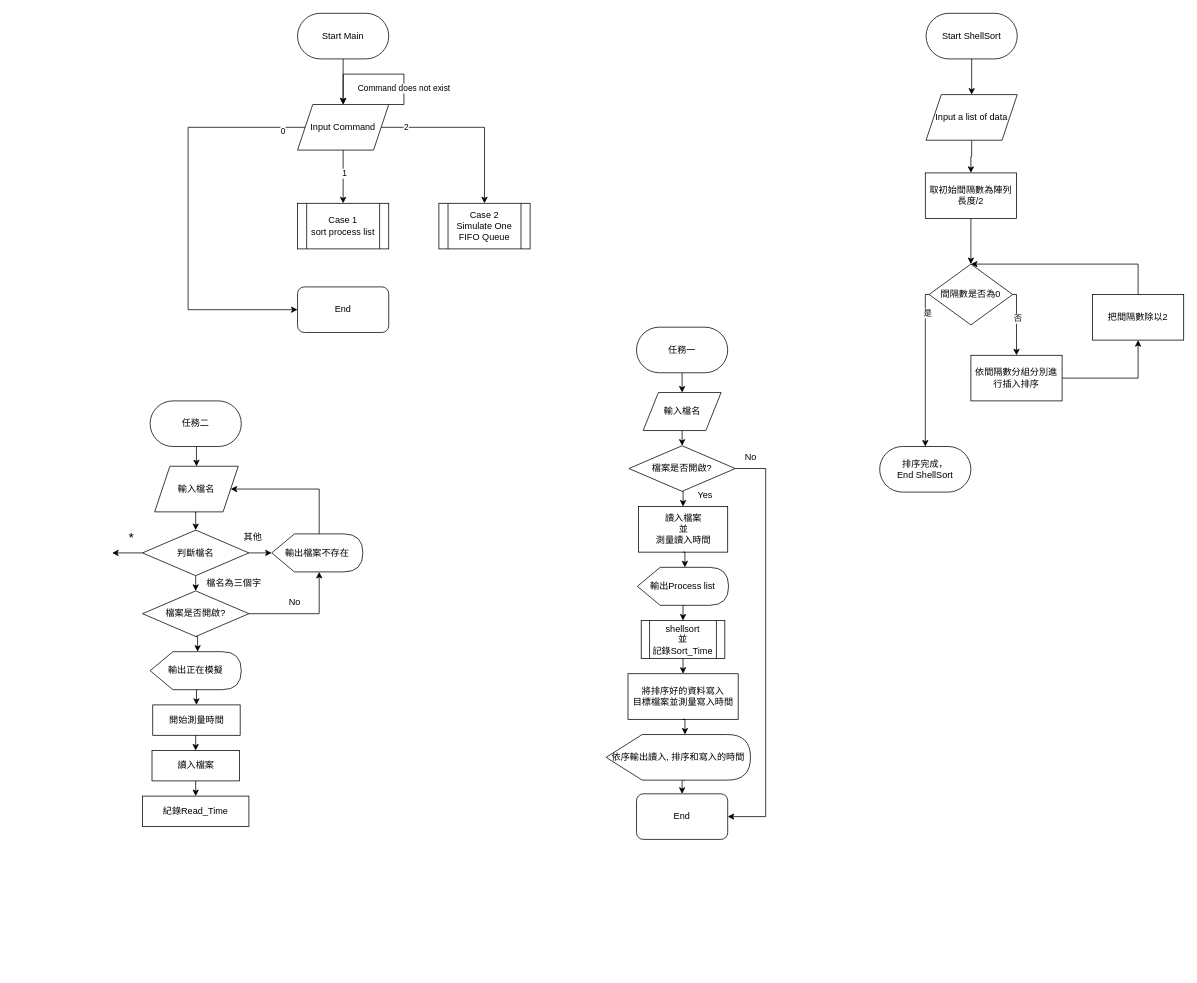
Above: DS1ex3_19_11127137_11127152/DS1ex3.drawio in ja-errorpro/CYCS_DS (draw.io), before the change. Source tidied: cells renumbered, new cells numbered last; positions are measured from the earlier drawing's top-left corner, leaving out a move shared by most shapes. Both pictures are drawn from the tidied source at 76%, with x=0, y=0 at pixel (112, 13).
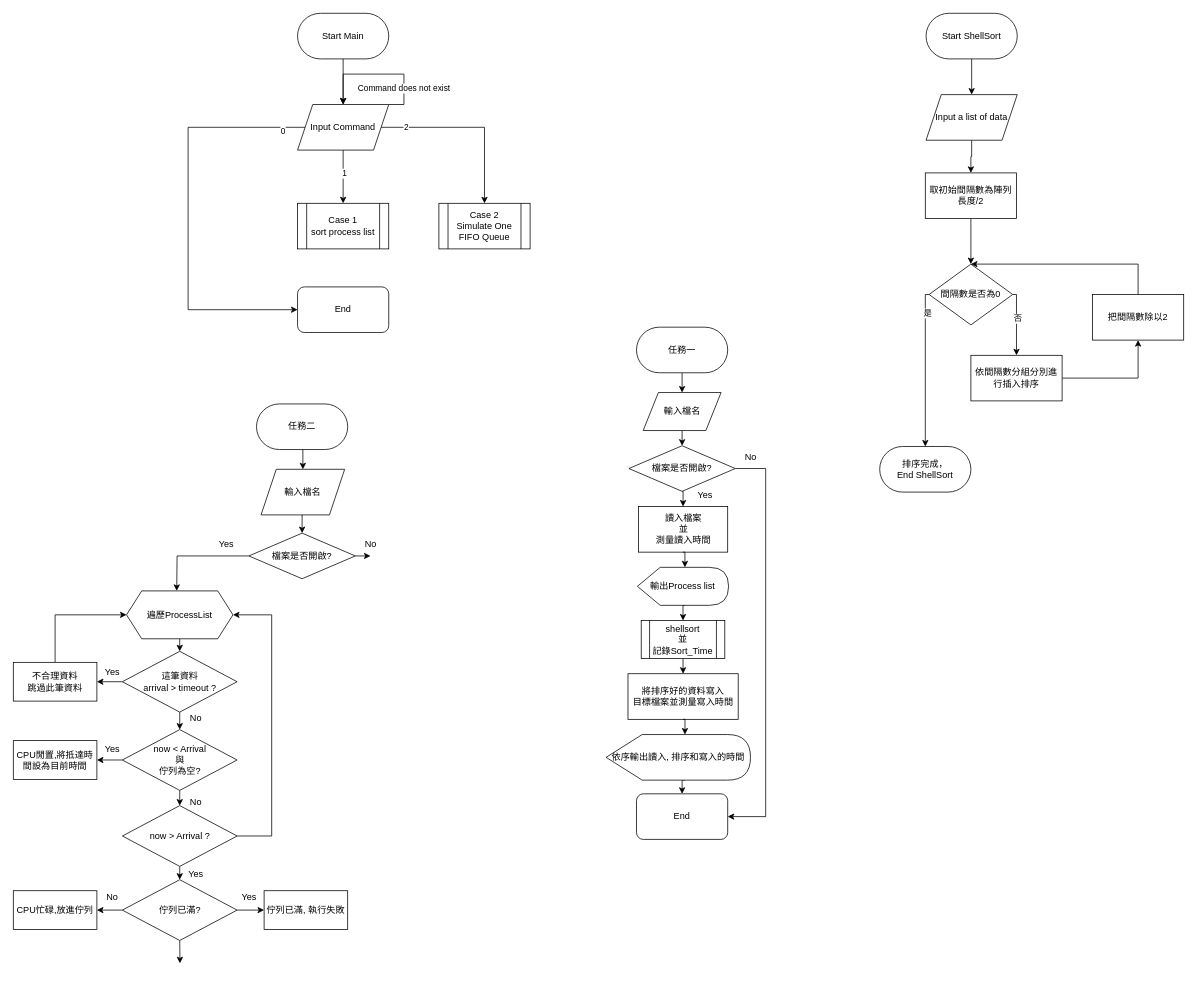
After the change.

Commit message:
刪除宣告, 新增CPU狀態

Diff of the diagram source:
```diff
@@
     <mxCell id="33" value="任務二" style="rounded=1;whiteSpace=wrap;html=1;arcSize=50;" parent="1" vertex="1">
-      <mxGeometry x="50" y="510" width="120" height="60" as="geometry" />
+      <mxGeometry x="190" y="514" width="120" height="60" as="geometry" />
     </mxCell>
-    <mxCell id="34" style="edgeStyle=orthogonalEdgeStyle;rounded=0;jettySize=auto;html=1;exitX=0.5;exitY=1;exitDx=0;exitDy=0;entryX=0.5;entryY=0;entryDx=0;entryDy=0;" parent="1" edge="1" source="35" target="56">
-      <mxGeometry relative="1" as="geometry" />
+    <mxCell id="34" style="edgeStyle=orthogonalEdgeStyle;rounded=0;jettySize=auto;html=1;exitX=0.5;exitY=1;exitDx=0;exitDy=0;entryX=0.5;entryY=0;entryDx=0;entryDy=0;" parent="1" edge="1" source="35">
+      <mxGeometry relative="1" as="geometry">
+        <mxPoint x="250" y="684" as="targetPoint" />
+      </mxGeometry>
     </mxCell>
     <mxCell id="35" value="輸入檔名" style="shape=parallelogram;perimeter=parallelogramPerimeter;whiteSpace=wrap;html=1;fixedSize=1;" parent="1" vertex="1">
-      <mxGeometry x="56" y="596" width="110" height="60" as="geometry" />
+      <mxGeometry x="196" y="600" width="110" height="60" as="geometry" />
     </mxCell>
@@
-    <mxCell id="54" style="edgeStyle=orthogonalEdgeStyle;rounded=0;jettySize=auto;html=1;exitX=0;exitY=0.5;exitDx=0;exitDy=0;" parent="1" edge="1" source="56">
-      <mxGeometry relative="1" as="geometry">
-        <mxPoint y="710.1" as="targetPoint" />
-      </mxGeometry>
-    </mxCell>
-    <mxCell id="55" style="edgeStyle=orthogonalEdgeStyle;rounded=0;jettySize=auto;html=1;exitX=0.5;exitY=1;exitDx=0;exitDy=0;entryX=0.5;entryY=0;entryDx=0;entryDy=0;" parent="1" edge="1" source="56" target="62">
-      <mxGeometry relative="1" as="geometry" />
-    </mxCell>
-    <mxCell id="56" value="判斷檔名" style="rhombus;whiteSpace=wrap;html=1;" parent="1" vertex="1">
-      <mxGeometry x="40" y="680" width="140" height="60" as="geometry" />
-    </mxCell>
-    <mxCell id="57" value="&lt;font style=&quot;font-size: 18px;&quot;&gt;*&lt;/font&gt;" style="text;html=1;align=center;verticalAlign=middle;strokeColor=none;fillColor=none;" parent="1" vertex="1">
-      <mxGeometry x="10" y="670" width="30" height="40" as="geometry" />
-    </mxCell>
-    <mxCell id="58" style="edgeStyle=orthogonalEdgeStyle;rounded=0;jettySize=auto;html=1;exitX=0;exitY=0;exitDx=62.500000000000014;exitDy=0;exitPerimeter=0;entryX=1;entryY=0.5;entryDx=0;entryDy=0;" parent="1" edge="1" source="59" target="35">
-      <mxGeometry relative="1" as="geometry">
-        <Array as="points">
-          <mxPoint x="273" y="626" />
-        </Array>
-      </mxGeometry>
-    </mxCell>
-    <mxCell id="59" value="輸出檔案不存在" style="shape=display;whiteSpace=wrap;html=1;" parent="1" vertex="1">
-      <mxGeometry x="210" y="685" width="120" height="50" as="geometry" />
-    </mxCell>
-    <mxCell id="60" style="edgeStyle=orthogonalEdgeStyle;rounded=0;jettySize=auto;html=1;exitX=1;exitY=0.5;exitDx=0;exitDy=0;entryX=0;entryY=0.5;entryDx=0;entryDy=0;entryPerimeter=0;" parent="1" edge="1" source="56" target="59">
-      <mxGeometry relative="1" as="geometry" />
-    </mxCell>
-    <mxCell id="61" value="其他" style="text;html=1;align=center;verticalAlign=middle;strokeColor=none;fillColor=none;" parent="1" vertex="1">
-      <mxGeometry x="160" y="675" width="50" height="30" as="geometry" />
-    </mxCell>
+    <mxCell id="76" style="edgeStyle=orthogonalEdgeStyle;rounded=0;jettySize=auto;html=1;exitX=0;exitY=0.5;exitDx=0;exitDy=0;entryX=0.5;entryY=0;entryDx=0;entryDy=0;" parent="1" edge="1" source="62">
+      <mxGeometry relative="1" as="geometry">
+        <mxPoint x="85" y="760" as="targetPoint" />
+      </mxGeometry>
+    </mxCell>
     <mxCell id="62" value="檔案是否開啟?" style="rhombus;whiteSpace=wrap;html=1;" parent="1" vertex="1">
-      <mxGeometry x="40" y="760" width="140" height="60" as="geometry" />
+      <mxGeometry x="180" y="684" width="140" height="60" as="geometry" />
     </mxCell>
-    <mxCell id="63" value="檔名為三個字" style="text;html=1;align=center;verticalAlign=middle;strokeColor=none;fillColor=none;" parent="1" vertex="1">
-      <mxGeometry x="110" y="735" width="100" height="30" as="geometry" />
-    </mxCell>
-    <mxCell id="64" style="edgeStyle=orthogonalEdgeStyle;rounded=0;jettySize=auto;html=1;exitX=1;exitY=0.5;exitDx=0;exitDy=0;entryX=0;entryY=0;entryDx=62.500000000000014;entryDy=50;entryPerimeter=0;" parent="1" edge="1" source="62" target="59">
-      <mxGeometry relative="1" as="geometry" />
-    </mxCell>
-    <mxCell id="65" value="No" style="text;html=1;align=center;verticalAlign=middle;strokeColor=none;fillColor=none;" parent="1" vertex="1">
-      <mxGeometry x="220" y="760" width="40" height="30" as="geometry" />
-    </mxCell>
-    <mxCell id="66" style="edgeStyle=orthogonalEdgeStyle;rounded=0;jettySize=auto;html=1;exitX=0;exitY=0;exitDx=62.500000000000014;exitDy=50;exitPerimeter=0;entryX=0.5;entryY=0;entryDx=0;entryDy=0;" parent="1" edge="1" source="67" target="70">
-      <mxGeometry relative="1" as="geometry" />
-    </mxCell>
-    <mxCell id="67" value="輸出正在模擬" style="shape=display;whiteSpace=wrap;html=1;" parent="1" vertex="1">
-      <mxGeometry x="50" y="840" width="120" height="50" as="geometry" />
-    </mxCell>
-    <mxCell id="68" style="edgeStyle=orthogonalEdgeStyle;rounded=0;jettySize=auto;html=1;exitX=0.5;exitY=1;exitDx=0;exitDy=0;entryX=0;entryY=0;entryDx=62.500000000000014;entryDy=0;entryPerimeter=0;" parent="1" edge="1" source="62" target="67">
-      <mxGeometry relative="1" as="geometry" />
-    </mxCell>
-    <mxCell id="69" style="edgeStyle=orthogonalEdgeStyle;rounded=0;jettySize=auto;html=1;exitX=0.5;exitY=1;exitDx=0;exitDy=0;entryX=0.5;entryY=0;entryDx=0;entryDy=0;" parent="1" edge="1" source="70" target="72">
-      <mxGeometry relative="1" as="geometry" />
-    </mxCell>
-    <mxCell id="70" value="開始測量時間" style="rounded=0;whiteSpace=wrap;html=1;" parent="1" vertex="1">
-      <mxGeometry x="53.5" y="910" width="115" height="40" as="geometry" />
-    </mxCell>
-    <mxCell id="71" style="edgeStyle=orthogonalEdgeStyle;rounded=0;jettySize=auto;html=1;exitX=0.5;exitY=1;exitDx=0;exitDy=0;entryX=0.5;entryY=0;entryDx=0;entryDy=0;" parent="1" edge="1" source="72" target="73">
-      <mxGeometry relative="1" as="geometry" />
-    </mxCell>
-    <mxCell id="72" value="讀入檔案" style="rounded=0;whiteSpace=wrap;html=1;" parent="1" vertex="1">
-      <mxGeometry x="52.5" y="970" width="115" height="40" as="geometry" />
-    </mxCell>
-    <mxCell id="73" value="紀錄Read_Time" style="rounded=0;whiteSpace=wrap;html=1;" parent="1" vertex="1">
-      <mxGeometry x="40" y="1030" width="140" height="40" as="geometry" />
-    </mxCell>
@@
+    <mxCell id="77" value="Yes" style="text;html=1;align=center;verticalAlign=middle;strokeColor=none;fillColor=none;" parent="1" vertex="1">
+      <mxGeometry x="130" y="684" width="40" height="30" as="geometry" />
+    </mxCell>
+    <mxCell id="78" style="edgeStyle=orthogonalEdgeStyle;rounded=0;jettySize=auto;html=1;exitX=0.5;exitY=1;exitDx=0;exitDy=0;entryX=0.5;entryY=0;entryDx=0;entryDy=0;" parent="1" edge="1" source="79" target="82">
+      <mxGeometry relative="1" as="geometry" />
+    </mxCell>
+    <mxCell id="79" value="遍歷ProcessList" style="shape=hexagon;perimeter=hexagonPerimeter2;whiteSpace=wrap;html=1;fixedSize=1;" parent="1" vertex="1">
+      <mxGeometry x="19" y="760" width="140" height="63" as="geometry" />
+    </mxCell>
+    <mxCell id="80" style="edgeStyle=orthogonalEdgeStyle;rounded=0;jettySize=auto;html=1;exitX=0;exitY=0.5;exitDx=0;exitDy=0;entryX=1;entryY=0.5;entryDx=0;entryDy=0;" parent="1" edge="1" source="82" target="87">
+      <mxGeometry relative="1" as="geometry" />
+    </mxCell>
+    <mxCell id="81" style="edgeStyle=orthogonalEdgeStyle;rounded=0;jettySize=auto;html=1;exitX=0.5;exitY=1;exitDx=0;exitDy=0;entryX=0.5;entryY=0;entryDx=0;entryDy=0;" parent="1" edge="1" source="82" target="90">
+      <mxGeometry relative="1" as="geometry" />
+    </mxCell>
+    <mxCell id="82" value="這筆資料&lt;br&gt;arrival &amp;gt; timeout ?" style="rhombus;whiteSpace=wrap;html=1;" parent="1" vertex="1">
+      <mxGeometry x="13.5" y="839.5" width="151" height="80" as="geometry" />
+    </mxCell>
+    <mxCell id="83" style="edgeStyle=orthogonalEdgeStyle;rounded=0;jettySize=auto;html=1;exitX=1;exitY=0.5;exitDx=0;exitDy=0;" parent="1" edge="1" source="62" target="84">
+      <mxGeometry relative="1" as="geometry" />
+    </mxCell>
+    <mxCell id="84" value="No" style="text;html=1;align=center;verticalAlign=middle;points=[];strokeColor=none;fillColor=none;" parent="1" vertex="1">
+      <mxGeometry x="320" y="684" width="40" height="30" as="geometry" />
+    </mxCell>
+    <mxCell id="85" value="Yes" style="text;html=1;align=center;verticalAlign=middle;strokeColor=none;fillColor=none;" parent="1" vertex="1">
+      <mxGeometry x="-20" y="851.5" width="40" height="30" as="geometry" />
+    </mxCell>
+    <mxCell id="86" style="edgeStyle=orthogonalEdgeStyle;rounded=0;jettySize=auto;html=1;exitX=0.5;exitY=0;exitDx=0;exitDy=0;entryX=0;entryY=0.5;entryDx=0;entryDy=0;" parent="1" edge="1" source="87" target="79">
+      <mxGeometry relative="1" as="geometry" />
+    </mxCell>
+    <mxCell id="87" value="不合理資料&lt;br&gt;跳過此筆資料" style="whiteSpace=wrap;html=1;" parent="1" vertex="1">
+      <mxGeometry x="-130" y="854" width="110" height="51" as="geometry" />
+    </mxCell>
+    <mxCell id="88" style="edgeStyle=orthogonalEdgeStyle;rounded=0;jettySize=auto;html=1;exitX=0;exitY=0.5;exitDx=0;exitDy=0;entryX=1;entryY=0.5;entryDx=0;entryDy=0;" parent="1" edge="1" source="90" target="92">
+      <mxGeometry relative="1" as="geometry" />
+    </mxCell>
+    <mxCell id="89" style="edgeStyle=orthogonalEdgeStyle;rounded=0;jettySize=auto;html=1;exitX=0.5;exitY=1;exitDx=0;exitDy=0;entryX=0.5;entryY=0;entryDx=0;entryDy=0;" parent="1" edge="1" source="90" target="96">
+      <mxGeometry relative="1" as="geometry" />
+    </mxCell>
+    <mxCell id="90" value="now &amp;lt; Arrival&lt;br&gt;與&lt;br&gt;佇列為空?" style="rhombus;whiteSpace=wrap;html=1;" parent="1" vertex="1">
+      <mxGeometry x="13.5" y="942.5" width="151" height="80" as="geometry" />
+    </mxCell>
+    <mxCell id="91" value="No" style="text;html=1;align=center;verticalAlign=middle;strokeColor=none;fillColor=none;" parent="1" vertex="1">
+      <mxGeometry x="90" y="912.5" width="40" height="30" as="geometry" />
+    </mxCell>
+    <mxCell id="92" value="CPU閒置,將抵達時間設為目前時間" style="whiteSpace=wrap;html=1;" parent="1" vertex="1">
+      <mxGeometry x="-130" y="957" width="110" height="51" as="geometry" />
+    </mxCell>
+    <mxCell id="93" value="Yes" style="text;html=1;align=center;verticalAlign=middle;strokeColor=none;fillColor=none;" parent="1" vertex="1">
+      <mxGeometry x="-20" y="952.5" width="40" height="30" as="geometry" />
+    </mxCell>
+    <mxCell id="94" style="edgeStyle=orthogonalEdgeStyle;rounded=0;jettySize=auto;html=1;exitX=0.5;exitY=1;exitDx=0;exitDy=0;entryX=0.5;entryY=0;entryDx=0;entryDy=0;" parent="1" edge="1" source="96" target="101">
+      <mxGeometry relative="1" as="geometry" />
+    </mxCell>
+    <mxCell id="95" style="edgeStyle=orthogonalEdgeStyle;rounded=0;jettySize=auto;html=1;exitX=1;exitY=0.5;exitDx=0;exitDy=0;entryX=1;entryY=0.5;entryDx=0;entryDy=0;" parent="1" edge="1" source="96" target="79">
+      <mxGeometry relative="1" as="geometry">
+        <Array as="points">
+          <mxPoint x="210" y="1083" />
+          <mxPoint x="210" y="791" />
+        </Array>
+      </mxGeometry>
+    </mxCell>
+    <mxCell id="96" value="now &amp;gt; Arrival ?" style="rhombus;whiteSpace=wrap;html=1;" parent="1" vertex="1">
+      <mxGeometry x="13.5" y="1042.5" width="151" height="80" as="geometry" />
+    </mxCell>
+    <mxCell id="97" value="No" style="text;html=1;align=center;verticalAlign=middle;strokeColor=none;fillColor=none;" parent="1" vertex="1">
+      <mxGeometry x="90" y="1022.5" width="40" height="30" as="geometry" />
+    </mxCell>
+    <mxCell id="98" style="edgeStyle=orthogonalEdgeStyle;rounded=0;jettySize=auto;html=1;exitX=0;exitY=0.5;exitDx=0;exitDy=0;" parent="1" edge="1" source="101">
+      <mxGeometry relative="1" as="geometry">
+        <mxPoint x="-20" y="1180" as="targetPoint" />
+      </mxGeometry>
+    </mxCell>
+    <mxCell id="99" style="edgeStyle=orthogonalEdgeStyle;rounded=0;jettySize=auto;html=1;exitX=0.5;exitY=1;exitDx=0;exitDy=0;" parent="1" edge="1" source="101">
+      <mxGeometry relative="1" as="geometry">
+        <mxPoint x="89.3" y="1250" as="targetPoint" />
+      </mxGeometry>
+    </mxCell>
+    <mxCell id="100" style="edgeStyle=orthogonalEdgeStyle;rounded=0;jettySize=auto;html=1;exitX=1;exitY=0.5;exitDx=0;exitDy=0;entryX=0;entryY=0.5;entryDx=0;entryDy=0;" parent="1" edge="1" source="101" target="106">
+      <mxGeometry relative="1" as="geometry" />
+    </mxCell>
+    <mxCell id="101" value="佇列已滿?" style="rhombus;whiteSpace=wrap;html=1;" parent="1" vertex="1">
+      <mxGeometry x="13.5" y="1140" width="151" height="80" as="geometry" />
+    </mxCell>
+    <mxCell id="102" value="Yes" style="text;html=1;align=center;verticalAlign=middle;strokeColor=none;fillColor=none;" parent="1" vertex="1">
+      <mxGeometry x="90" y="1118" width="40" height="30" as="geometry" />
+    </mxCell>
+    <mxCell id="103" value="No" style="text;html=1;align=center;verticalAlign=middle;strokeColor=none;fillColor=none;" parent="1" vertex="1">
+      <mxGeometry x="-20" y="1148" width="40" height="30" as="geometry" />
+    </mxCell>
+    <mxCell id="104" value="CPU忙碌,放進佇列" style="whiteSpace=wrap;html=1;" parent="1" vertex="1">
+      <mxGeometry x="-130" y="1154.5" width="110" height="51" as="geometry" />
+    </mxCell>
+    <mxCell id="105" value="Yes" style="text;html=1;align=center;verticalAlign=middle;strokeColor=none;fillColor=none;" parent="1" vertex="1">
+      <mxGeometry x="160" y="1148" width="40" height="30" as="geometry" />
+    </mxCell>
+    <mxCell id="106" value="佇列已滿, 執行失敗" style="whiteSpace=wrap;html=1;" parent="1" vertex="1">
+      <mxGeometry x="200" y="1154.5" width="110" height="51" as="geometry" />
+    </mxCell>
```
